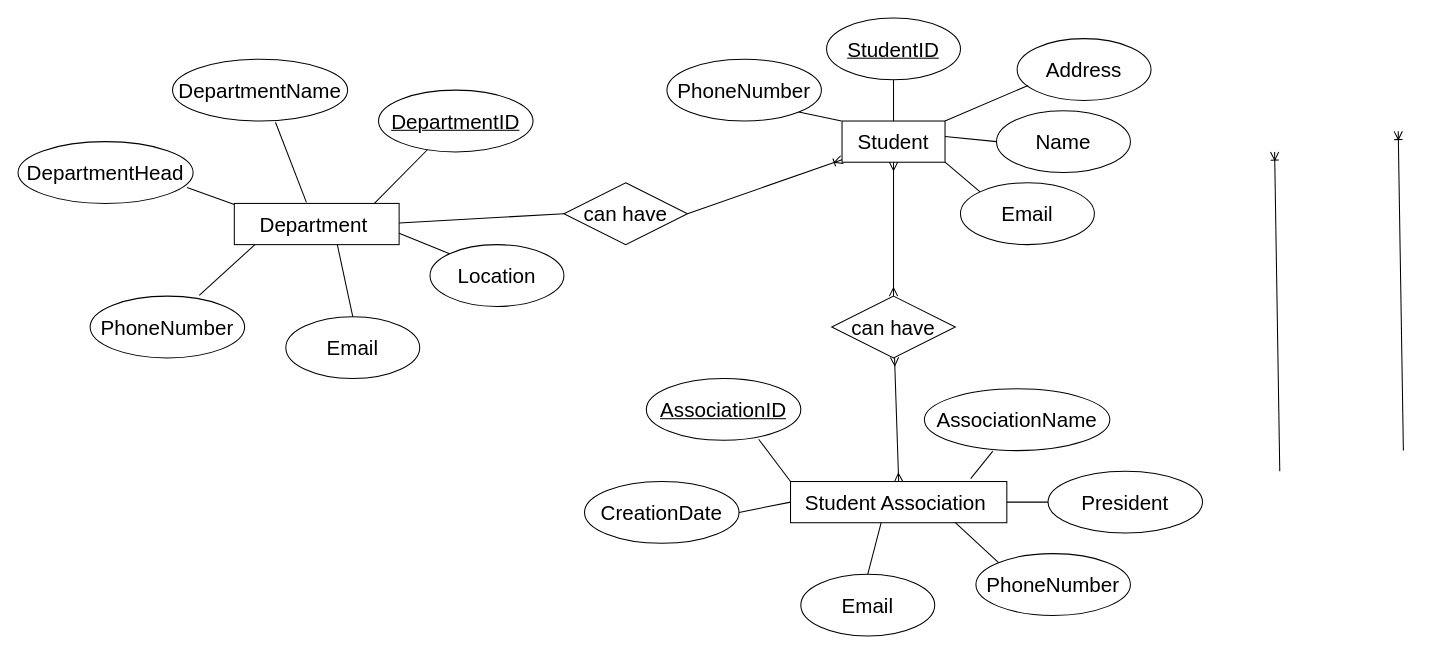
Katt9/Database-Design-for-Information-Organizations keeps this draw.io diagram as Untitled Diagram.drawio. Above is the earlier version. Source tidied: cells renumbered, new cells numbered last; positions are measured from the earlier drawing's top-left corner, leaving out a move shared by most shapes. Both pictures are drawn from the tidied source at 103%, with x=0, y=0 at pixel (18, 18).
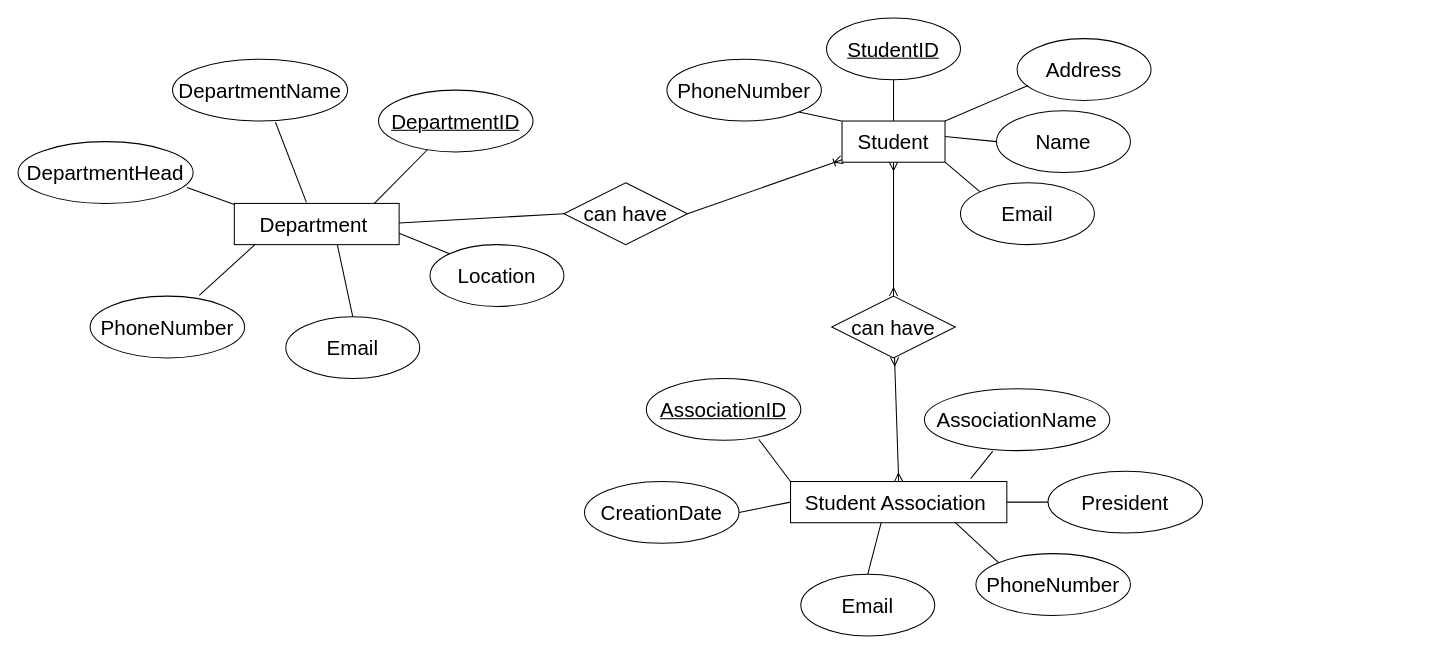
After the change.

What changed in the source:
```diff
@@
-    <mxCell id="16" style="fontSize=12;html=1;endArrow=ERoneToMany;rounded=0;exitX=0.5;exitY=0;exitDx=0;exitDy=0;entryX=0.5;entryY=1;entryDx=0;entryDy=0;" parent="1" edge="1">
-      <mxGeometry relative="1" as="geometry">
-        <mxPoint x="1345" y="420" as="sourcePoint" />
-        <mxPoint x="1340" y="110" as="targetPoint" />
-      </mxGeometry>
-    </mxCell>
@@
-    <mxCell id="19" style="fontSize=12;html=1;endArrow=ERoneToMany;rounded=0;exitX=0.5;exitY=0;exitDx=0;exitDy=0;entryX=0.5;entryY=1;entryDx=0;entryDy=0;" parent="1" edge="1">
-      <mxGeometry relative="1" as="geometry">
-        <mxPoint x="1225" y="440" as="sourcePoint" />
-        <mxPoint x="1220" y="130" as="targetPoint" />
-      </mxGeometry>
-    </mxCell>
```
